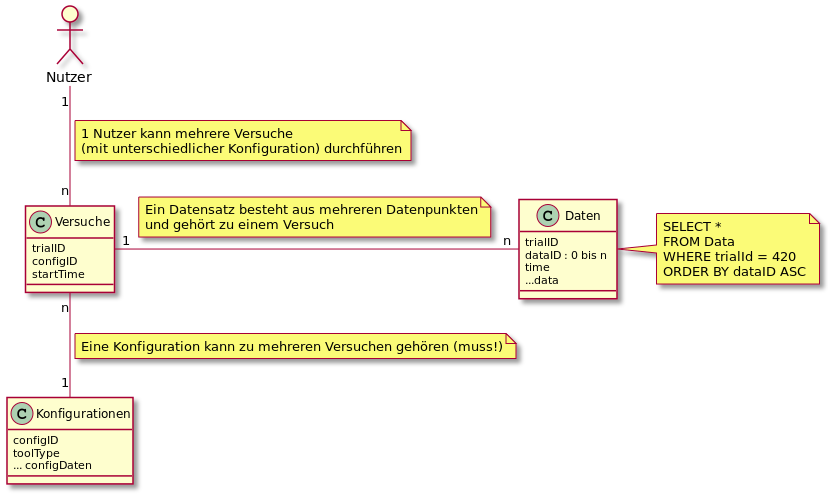
Before: uml-class/sonstige/database.png, a diagram exported from PlantUML (weichware-10/dokumente). Its source is kept beside it as uml-class/sonstige/database.puml.
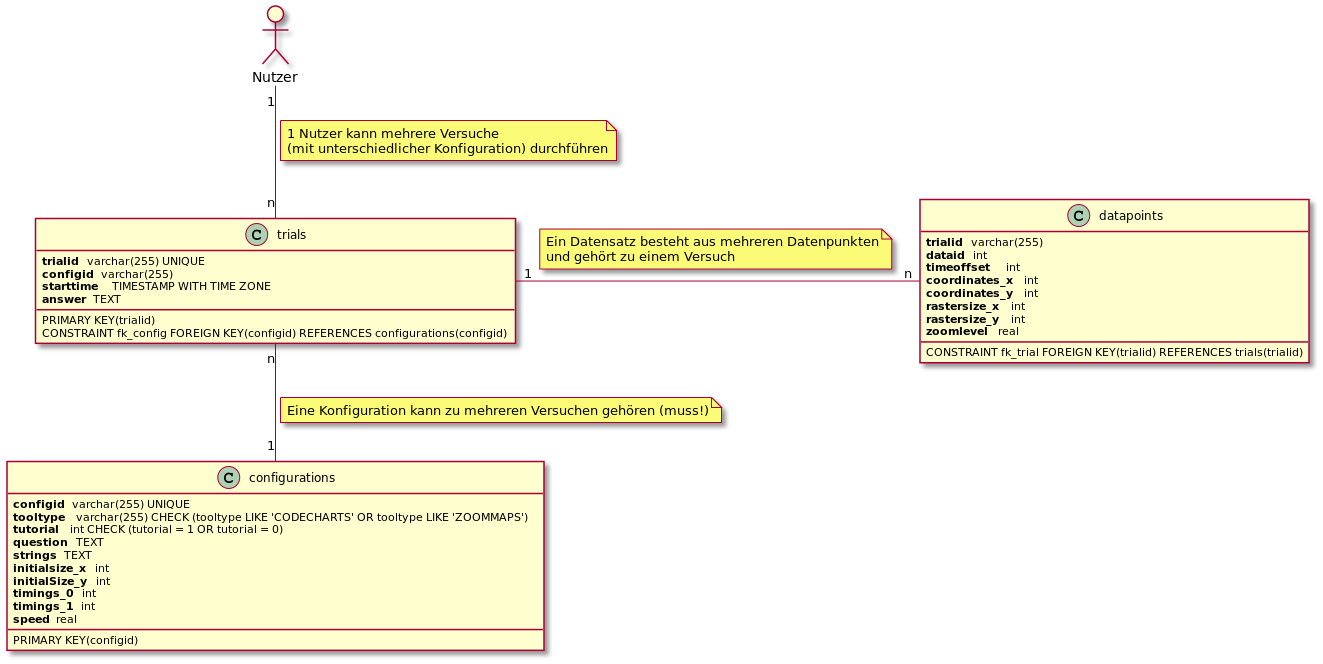
Later version of the same file.

Change to the diagram source:
```diff
@@ -4,43 +4,56 @@
 
 actor "Nutzer" as n
 
-class "Konfigurationen" as k {
-    configID
-    toolType
-    ... configDaten
-}
-class "Versuche" as v {
-    trialID
-    configID
-    startTime
+class "configurations" as c {
+    **configid** varchar(255) UNIQUE
+    **tooltype** varchar(255) CHECK (tooltype LIKE 'CODECHARTS' OR tooltype LIKE 'ZOOMMAPS')
+    **tutorial** int CHECK (tutorial = 1 OR tutorial = 0)
+    **question** TEXT
+    **strings** TEXT
+    **initialsize_x** int
+    **initialSize_y** int
+    **timings_0** int
+    **timings_1** int
+    **speed** real
+    __
+    PRIMARY KEY(configid)
 }
 
-class "Daten" as d {
-    trialID
-    dataID : 0 bis n
-    time
-    ...data
+class "trials" as t {
+    **trialid** varchar(255) UNIQUE
+    **configid** varchar(255)
+    **starttime** TIMESTAMP WITH TIME ZONE
+    **answer** TEXT
+    __
+    PRIMARY KEY(trialid)
+    CONSTRAINT fk_config FOREIGN KEY(configid) REFERENCES configurations(configid)
 }
 
-n "1" -- "n" v
+class "datapoints" as d {
+    **trialid** varchar(255)
+    **dataid** int
+    **timeoffset** int
+    **coordinates_x** int
+    **coordinates_y** int
+    **rastersize_x** int
+    **rastersize_y** int
+    **zoomlevel** real
+    __
+    CONSTRAINT fk_trial FOREIGN KEY(trialid) REFERENCES trials(trialid)
+}
+
+n "1" -- "n" t
 note on link
     1 Nutzer kann mehrere Versuche
     (mit unterschiedlicher Konfiguration) durchführen
 end note
-v "1" -r- "n" d
+t "1" -r- "n" d
 note on link
     Ein Datensatz besteht aus mehreren Datenpunkten
     und gehört zu einem Versuch
 end note
-v "n" -- "1" k
+t "n" -- "1" c
 note on link
     Eine Konfiguration kann zu mehreren Versuchen gehören (muss!)
 end note
-
-note right of d
-    SELECT *
-    FROM Data
-    WHERE trialId = 420
-    ORDER BY dataID ASC
-end note
 @enduml
```
